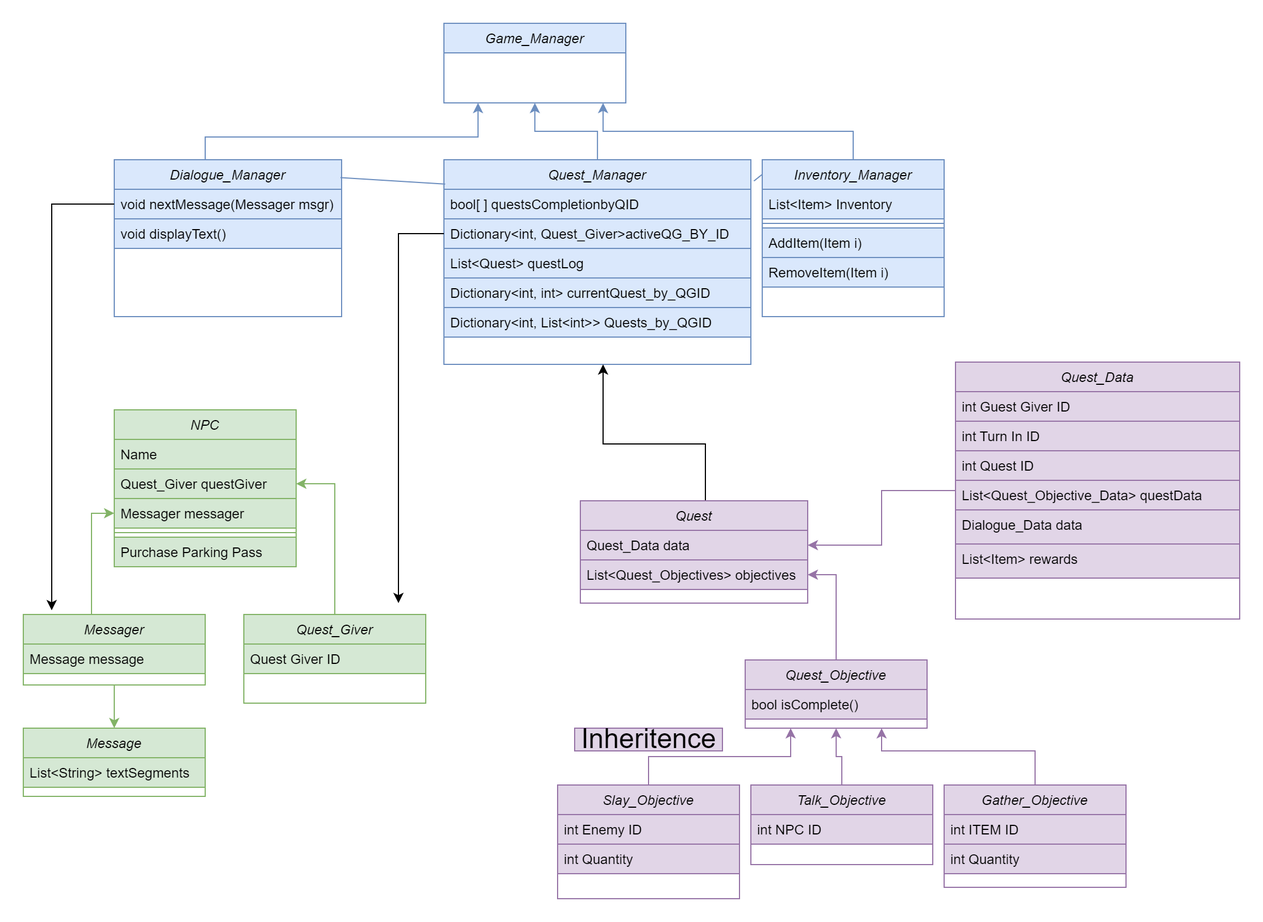
Before: QM Diagram.png, a diagram exported from draw.io (grantwkenn/Apothecary). Source tidied: cells renumbered, new cells last; positions are measured from the earlier drawing's top-left corner, leaving out a move shared by most shapes.
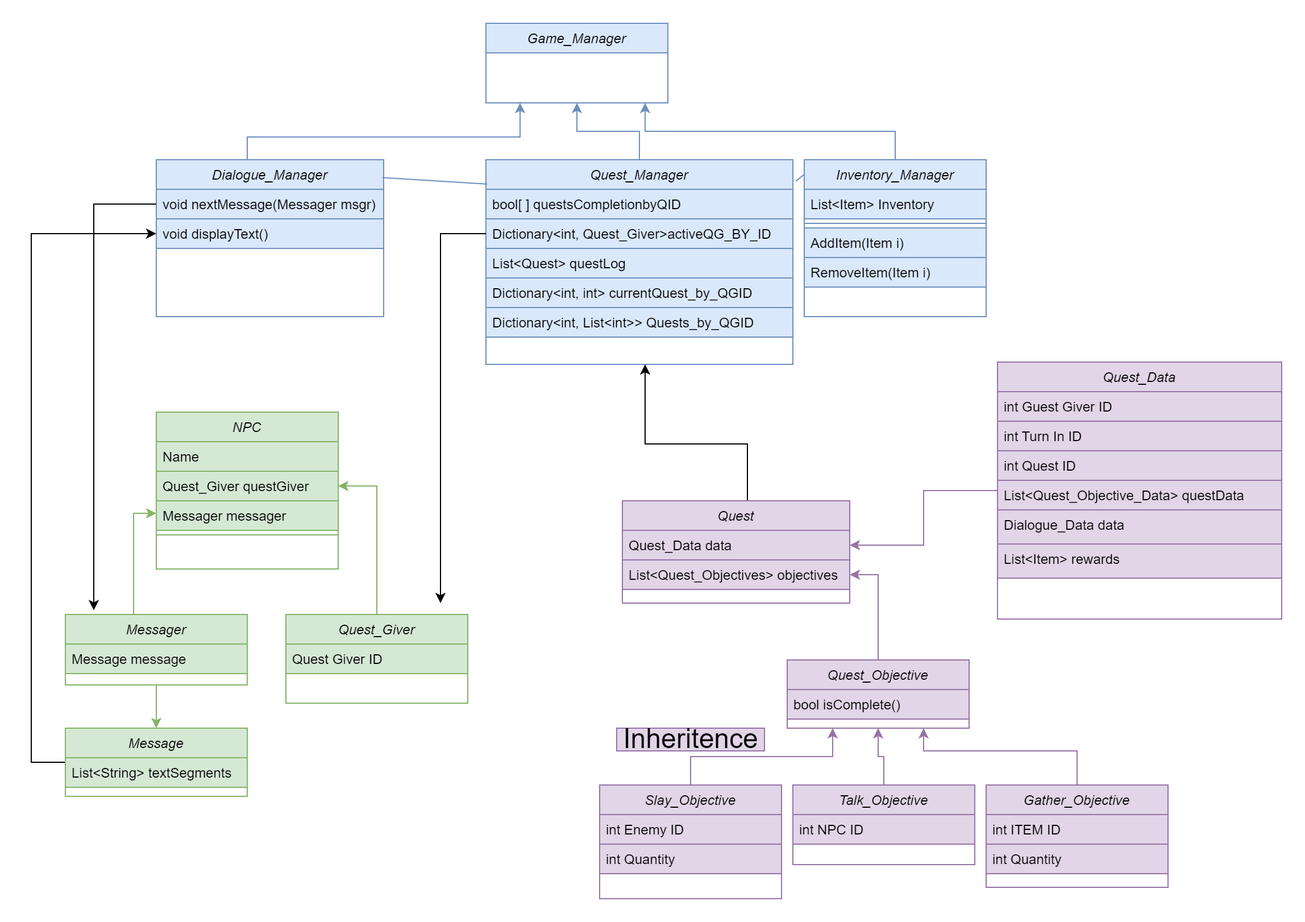
Later version of the same file.

The edit, as a diff of the source:
```diff
@@ -151,7 +151,7 @@
       <mxGeometry y="52" width="160" height="26" as="geometry" />
     </mxCell>
     <mxCell id="45" value="NPC" style="swimlane;fontStyle=2;align=center;verticalAlign=top;horizontal=1;startSize=26;rounded=0;shadow=0;strokeWidth=1;fillColor=#d5e8d4;strokeColor=#82b366;" parent="1" vertex="1">
-      <mxGeometry x="80" y="340" width="160" height="138" as="geometry" />
+      <mxGeometry x="80" y="342" width="160" height="138" as="geometry" />
     </mxCell>
     <mxCell id="46" value="Name" style="text;align=left;verticalAlign=top;spacingLeft=4;spacingRight=4;overflow=hidden;fillColor=#d5e8d4;strokeColor=#82b366;" parent="45" vertex="1">
       <mxGeometry y="26" width="160" height="26" as="geometry" />
@@ -165,9 +165,14 @@
     <mxCell id="49" style="line;html=1;strokeWidth=1;align=left;verticalAlign=middle;spacingTop=-1;spacingLeft=3;spacingRight=3;labelPosition=right;fillColor=#d5e8d4;strokeColor=#82b366;" parent="45" vertex="1">
       <mxGeometry y="104" width="160" height="8" as="geometry" />
     </mxCell>
-    <mxCell id="50" value="Purchase Parking Pass" style="text;align=left;verticalAlign=top;spacingLeft=4;spacingRight=4;overflow=hidden;fillColor=#d5e8d4;strokeColor=#82b366;" parent="45" vertex="1">
-      <mxGeometry y="112" width="160" height="26" as="geometry" />
-    </mxCell>
+    <mxCell id="66" style="edgeStyle=orthogonalEdgeStyle;rounded=0;jettySize=auto;html=1;entryX=0;entryY=0.5;entryDx=0;entryDy=0;" parent="1" edge="1" source="51" target="18">
+      <mxGeometry relative="1" as="geometry">
+        <Array as="points">
+          <mxPoint x="-30" y="650" />
+          <mxPoint x="-30" y="185" />
+        </Array>
+      </mxGeometry>
+    </mxCell>
     <mxCell id="51" value="Message" style="swimlane;fontStyle=2;align=center;verticalAlign=top;horizontal=1;startSize=26;rounded=0;shadow=0;strokeWidth=1;fillColor=#d5e8d4;strokeColor=#82b366;" parent="1" vertex="1">
       <mxGeometry y="620" width="160" height="60" as="geometry" />
     </mxCell>
```
